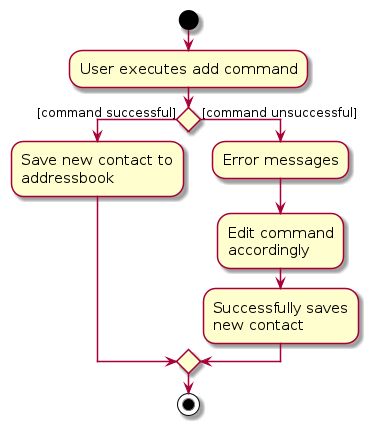
AY2324S2-CS2103T-F14-2/tp keeps this PlantUML diagram as diagrams/AddCommandActivityDiagram.png. Above is the earlier version. Its source is kept beside it as diagrams/AddCommandActivityDiagram.puml. Its diagram source:
```plantuml
@startuml
skin rose
skinparam ActivityFontSize 15
skinparam ArrowFontSize 12
start
:User executes add command;


if () then ([command successful])
    :Save new contact to
    addressbook;
else ([command unsuccessful])
    :Error messages;
    :Edit command
    accordingly;
    :Successfully saves
    new contact;
endif
stop
@enduml
```
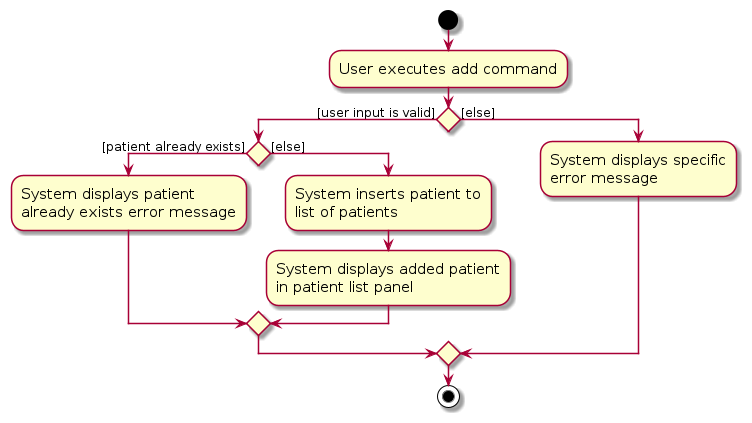
After the commit.

Change to the diagram source:
```diff
@@ -6,15 +6,19 @@
 :User executes add command;
 
 
-if () then ([command successful])
-    :Save new contact to
-    addressbook;
-else ([command unsuccessful])
-    :Error messages;
-    :Edit command
-    accordingly;
-    :Successfully saves
-    new contact;
+if () then ([user input is valid])
+    if () then ([patient already exists])
+        :System displays patient
+        already exists error message;
+    else ([else])
+        :System inserts patient to
+        list of patients;
+        :System displays added patient
+        in patient list panel;
+    endif
+else ([else])
+    :System displays specific
+    error message;
 endif
 stop
 @enduml
```
